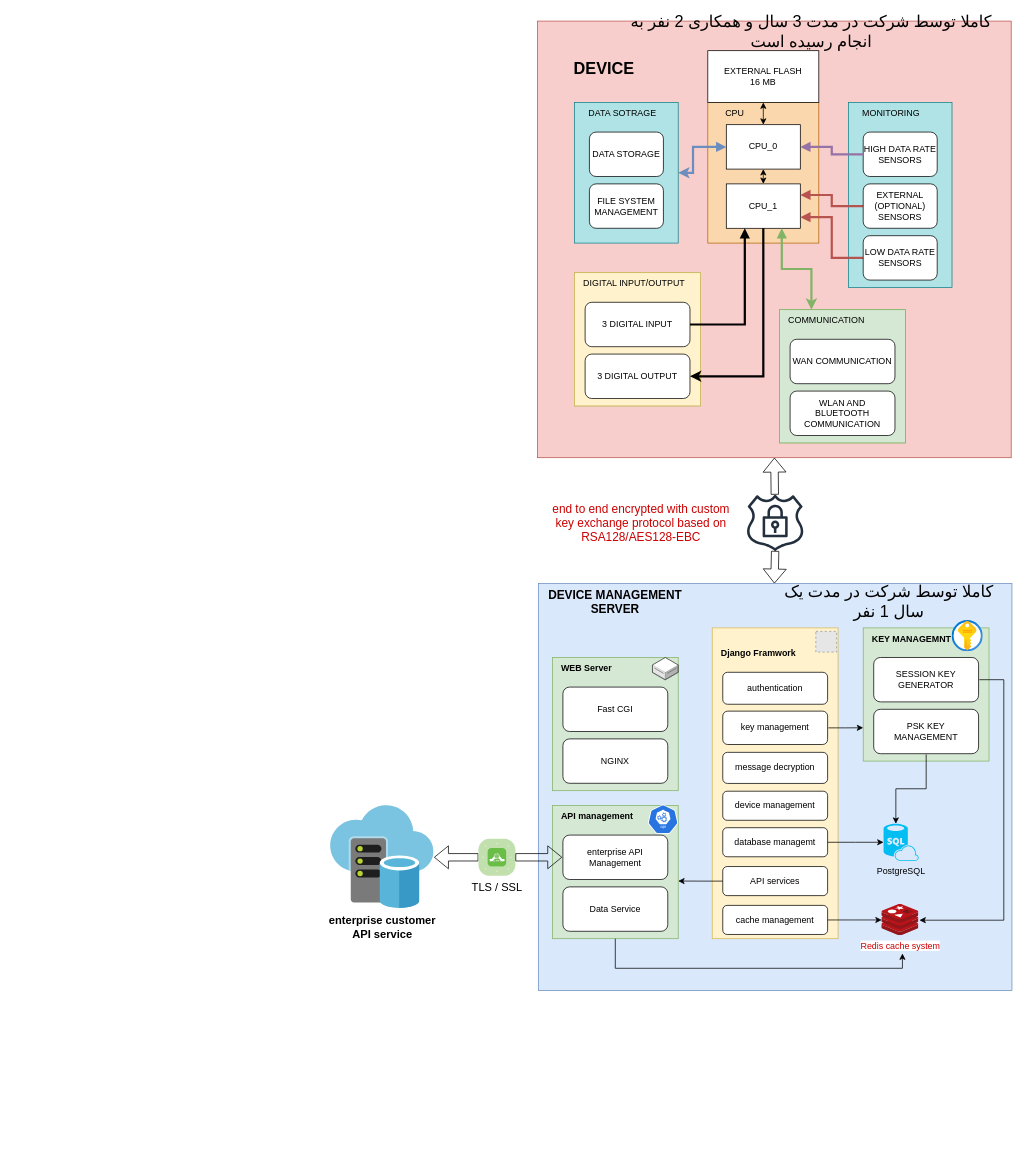
Before: Untitled Diagram.drawio in mehranMoslemi/mehranMoslemi, a draw.io diagram. Source tidied: cells renumbered, new cells numbered last; positions are measured from the earlier drawing's top-left corner, leaving out a move shared by most shapes. Both pictures are drawn from the tidied source at 74%, with x=0, y=0 at pixel (330, 21). Pictures stored in the file or linked from it are replaced by grey dashed boxes.
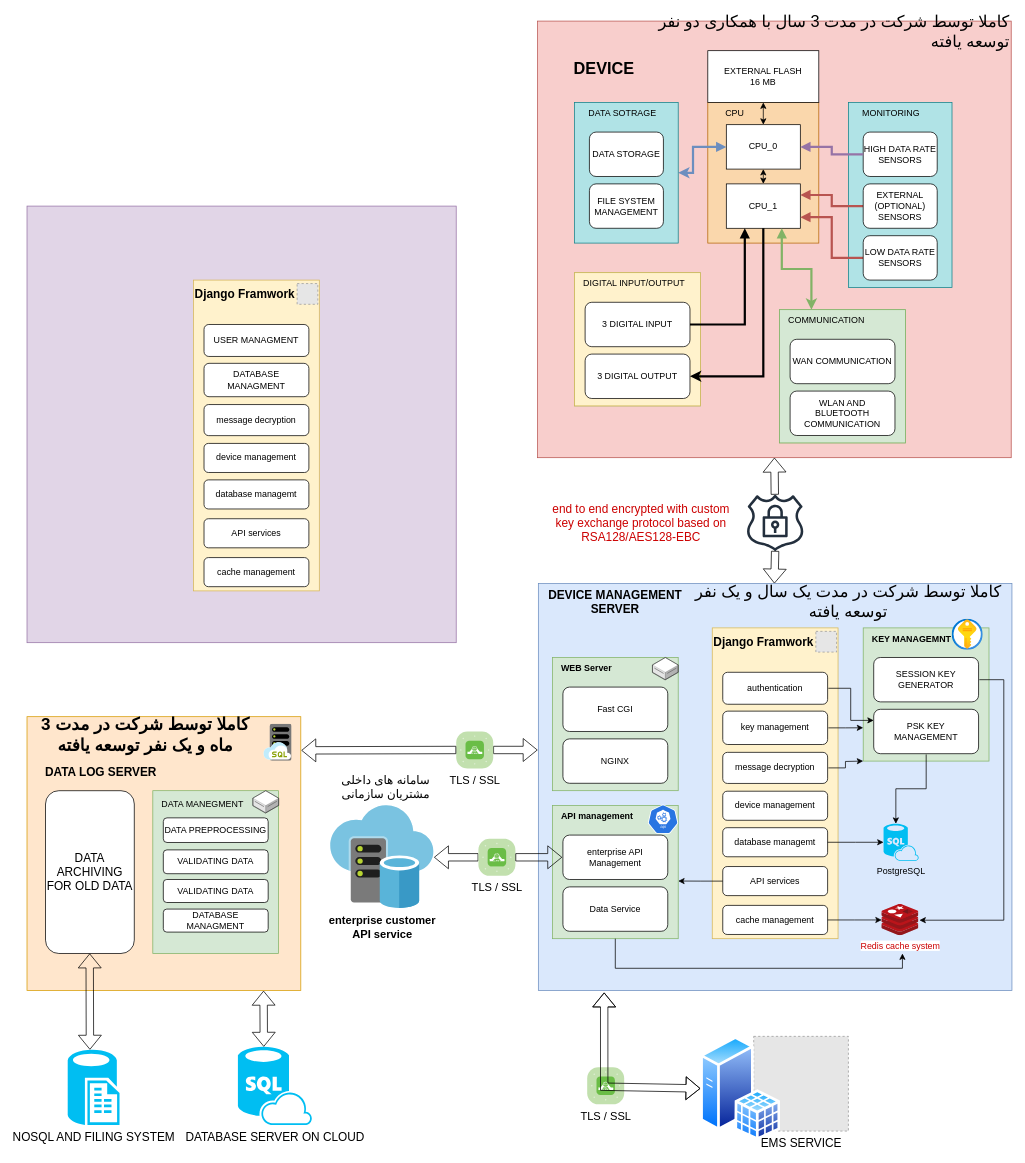
The same diagram, later.

The change refers to these unchanged cells:
```xml
<mxCell id="44" value="cache redis" style="rounded=0;whiteSpace=wrap;html=1;fillColor=#dae8fc;strokeColor=#6c8ebf;" parent="1" vertex="1">
  <mxGeometry x="281" y="760" width="640" height="550" as="geometry" />
</mxCell>
<mxCell id="50" style="group;fillColor=#fff2cc;strokeColor=#d6b656;" parent="1" vertex="1">
  <mxGeometry x="516" y="820" width="170" height="420" as="geometry" />
</mxCell>
<mxCell id="51" value="message decryption" style="rounded=1;whiteSpace=wrap;html=1;" parent="50" vertex="1">
  <mxGeometry x="14.2" y="168.2" width="141.7" height="42" as="geometry" />
</mxCell>
<mxCell id="52" value="authentication " style="rounded=1;whiteSpace=wrap;html=1;" parent="50" vertex="1">
  <mxGeometry x="14.2" y="60" width="141.7" height="43.2" as="geometry" />
</mxCell>
<mxCell id="74" style="group;fillColor=#d5e8d4;strokeColor=#82b366;" parent="1" vertex="1">
  <mxGeometry x="720" y="820" width="170" height="180" as="geometry" />
</mxCell>
<mxCell id="75" value="PSK KEY MANAGEMENT" style="rounded=1;whiteSpace=wrap;html=1;" parent="74" vertex="1">
  <mxGeometry x="14.2" y="110" width="141.7" height="60" as="geometry" />
</mxCell>
```

Diff of the diagram source:
```diff
@@
-    <mxCell id="39" value="کاملا توسط شرکت در مدت 3 سال و همکاری 2 نفر به انجام رسیده است " style="text;html=1;strokeColor=none;fillColor=none;align=center;verticalAlign=middle;whiteSpace=wrap;rounded=0;fontSize=22;" parent="1" vertex="1">
+    <mxCell id="39" value="&lt;div align=&quot;right&quot;&gt;کاملا توسط شرکت در مدت 3 سال با همکاری دو نفر توسعه یافته&lt;br&gt;&lt;/div&gt;" style="text;html=1;strokeColor=none;fillColor=none;align=right;verticalAlign=middle;whiteSpace=wrap;rounded=0;fontSize=22;" parent="1" vertex="1">
       <mxGeometry x="380" width="540" height="30" as="geometry" />
     </mxCell>
@@
-    <mxCell id="53" value="&lt;b&gt;Django Framwork&lt;/b&gt;" style="text;html=1;strokeColor=none;fillColor=none;align=left;verticalAlign=middle;whiteSpace=wrap;rounded=0;" parent="50" vertex="1">
-      <mxGeometry x="9.9" width="110.1" height="70" as="geometry" />
+    <mxCell id="53" value="&lt;font style=&quot;font-size: 16px;&quot;&gt;&lt;b&gt;Django Framwork&lt;/b&gt;&lt;/font&gt;" style="text;html=1;strokeColor=none;fillColor=none;align=left;verticalAlign=middle;whiteSpace=wrap;rounded=0;" parent="50" vertex="1">
+      <mxGeometry y="-16.3" width="150.1" height="70" as="geometry" />
     </mxCell>
@@
-    <mxCell id="77" value="&lt;b&gt;KEY MANAGEMNT&lt;/b&gt;" style="text;html=1;strokeColor=none;fillColor=none;align=left;verticalAlign=middle;whiteSpace=wrap;rounded=0;" parent="74" vertex="1">
-      <mxGeometry x="9.9" width="110.1" height="30" as="geometry" />
+    <mxCell id="77" value="&lt;font style=&quot;font-size: 12px;&quot;&gt;&lt;b&gt;KEY MANAGEMNT&lt;/b&gt;&lt;/font&gt;" style="text;html=1;strokeColor=none;fillColor=none;align=left;verticalAlign=middle;whiteSpace=wrap;rounded=0;" parent="74" vertex="1">
+      <mxGeometry x="10" width="120" height="30" as="geometry" />
     </mxCell>
-    <mxCell id="78" style="html=1;align=center;image;fontSize=12;image=img/lib/azure2/security/Key_Vaults.svg;labelBackgroundColor=none;fontColor=#000000;" parent="1" vertex="1">
-      <mxGeometry x="840" y="810" width="42" height="42" as="geometry" />
+    <mxCell id="78" style="html=1;align=center;image;fontSize=12;image=img/lib/azure2/security/Key_Vaults.svg;labelBackgroundColor=none;fontColor=#000000;" parent="74" vertex="1">
+      <mxGeometry x="120" y="-12" width="42" height="42" as="geometry" />
     </mxCell>
@@
-    <mxCell id="83" value="کاملا توسط شرکت در مدت یک سال 1 نفر" style="text;html=1;strokeColor=none;fillColor=none;align=center;verticalAlign=middle;whiteSpace=wrap;rounded=0;fontSize=22;" parent="1" vertex="1">
-      <mxGeometry x="590" y="770" width="330" height="30" as="geometry" />
+    <mxCell id="83" value="کاملا توسط شرکت در مدت یک سال و یک نفر توسعه یافته " style="text;html=1;strokeColor=none;fillColor=none;align=center;verticalAlign=middle;whiteSpace=wrap;rounded=0;fontSize=22;" parent="1" vertex="1">
+      <mxGeometry x="480" y="770" width="440" height="30" as="geometry" />
     </mxCell>
@@
+    <mxCell id="85" value="سامانه های داخلی مشتریان سازمانی" style="text;html=1;strokeColor=none;fillColor=none;align=center;verticalAlign=middle;whiteSpace=wrap;rounded=0;labelBackgroundColor=none;fontSize=16;fontColor=#000000;" parent="1" vertex="1">
+      <mxGeometry x="10" y="1020" width="130" height="30" as="geometry" />
+    </mxCell>
+    <mxCell id="86" style="edgeStyle=orthogonalEdgeStyle;rounded=0;jettySize=auto;html=1;entryX=0;entryY=0.25;entryDx=0;entryDy=0;strokeColor=default;fontSize=12;fontColor=#000000;startArrow=none;startFill=0;sourcePerimeterSpacing=1;targetPerimeterSpacing=1;" parent="1" edge="1" source="52" target="75">
+      <mxGeometry relative="1" as="geometry" />
+    </mxCell>
+    <mxCell id="87" style="edgeStyle=orthogonalEdgeStyle;rounded=0;jettySize=auto;html=1;strokeColor=default;fontSize=12;fontColor=#000000;startArrow=none;startFill=0;sourcePerimeterSpacing=1;targetPerimeterSpacing=1;" parent="1" edge="1" source="51">
+      <mxGeometry relative="1" as="geometry">
+        <mxPoint x="720" y="1000" as="targetPoint" />
+      </mxGeometry>
+    </mxCell>
+    <mxCell id="88" style="rounded=0;whiteSpace=wrap;html=1;fillColor=#e1d5e7;strokeColor=#9673a6;" parent="1" vertex="1">
+      <mxGeometry x="-410" y="250" width="580" height="590" as="geometry" />
+    </mxCell>
+    <mxCell id="89" style="group;fillColor=#fff2cc;strokeColor=#d6b656;" parent="1" vertex="1">
+      <mxGeometry x="-185" y="350" width="170" height="420" as="geometry" />
+    </mxCell>
+    <mxCell id="90" value="message decryption" style="rounded=1;whiteSpace=wrap;html=1;" parent="89" vertex="1">
+      <mxGeometry x="14.2" y="168.2" width="141.7" height="42" as="geometry" />
+    </mxCell>
+    <mxCell id="91" value="USER MANAGMENT" style="rounded=1;whiteSpace=wrap;html=1;" parent="89" vertex="1">
+      <mxGeometry x="14.2" y="60" width="141.7" height="43.2" as="geometry" />
+    </mxCell>
+    <mxCell id="92" value="&lt;font style=&quot;font-size: 16px;&quot;&gt;&lt;b&gt;Django Framwork&lt;/b&gt;&lt;/font&gt;" style="text;html=1;strokeColor=none;fillColor=none;align=left;verticalAlign=middle;whiteSpace=wrap;rounded=0;" parent="89" vertex="1">
+      <mxGeometry y="-16.3" width="150.1" height="70" as="geometry" />
+    </mxCell>
+    <mxCell id="93" style="fillColor=#E6E6E6;strokeColor=#999999;dashed=1;html=1;verticalAlign=top;verticalLabelPosition=bottom;labelBackgroundColor=#ffffff;fontSize=12;fontColor=#CC0000;" parent="89" vertex="1">
+      <mxGeometry x="140" y="4.7" width="28" height="28" as="geometry" />
+    </mxCell>
+    <mxCell id="94" value="DATABASE MANAGMENT" style="rounded=1;whiteSpace=wrap;html=1;" parent="89" vertex="1">
+      <mxGeometry x="14.2" y="112.5" width="141.7" height="45.1" as="geometry" />
+    </mxCell>
+    <mxCell id="95" value="device management" style="rounded=1;whiteSpace=wrap;html=1;" parent="89" vertex="1">
+      <mxGeometry x="14.2" y="220.7" width="141.7" height="39.3" as="geometry" />
+    </mxCell>
+    <mxCell id="96" value="database managemt" style="rounded=1;whiteSpace=wrap;html=1;" parent="89" vertex="1">
+      <mxGeometry x="14.2" y="270" width="141.7" height="39.3" as="geometry" />
+    </mxCell>
+    <mxCell id="97" value="API services" style="rounded=1;whiteSpace=wrap;html=1;" parent="89" vertex="1">
+      <mxGeometry x="14.2" y="322.5" width="141.7" height="39.3" as="geometry" />
+    </mxCell>
+    <mxCell id="98" value="cache management" style="rounded=1;whiteSpace=wrap;html=1;" parent="89" vertex="1">
+      <mxGeometry x="14.2" y="375" width="141.7" height="39.3" as="geometry" />
+    </mxCell>
+    <mxCell id="99" style="whiteSpace=wrap;html=1;labelBackgroundColor=none;fontSize=12;fillColor=#ffe6cc;strokeColor=#d79b00;" parent="1" vertex="1">
+      <mxGeometry x="-410" y="940" width="370" height="370" as="geometry" />
+    </mxCell>
+    <mxCell id="100" value="&lt;b&gt;&lt;font style=&quot;font-size: 16px;&quot;&gt;DATA LOG SERVER&lt;br&gt;&lt;/font&gt;&lt;/b&gt;" style="text;html=1;strokeColor=none;fillColor=none;align=center;verticalAlign=middle;whiteSpace=wrap;rounded=0;" parent="1" vertex="1">
+      <mxGeometry x="-410" y="1000" width="200" height="30" as="geometry" />
+    </mxCell>
+    <mxCell id="101" value="DATABASE SERVER ON CLOUD" style="verticalLabelPosition=bottom;html=1;verticalAlign=top;align=center;strokeColor=none;fillColor=#00BEF2;shape=mxgraph.azure.sql_database_sql_azure;labelBackgroundColor=none;fontSize=16;fontColor=#000000;" parent="1" vertex="1">
+      <mxGeometry x="-125" y="1386" width="100" height="105.7" as="geometry" />
+    </mxCell>
+    <mxCell id="102" style="shape=flexArrow;endArrow=classic;startArrow=none;html=1;rounded=0;strokeColor=default;fontSize=16;fontColor=#000000;targetPerimeterSpacing=1;exitX=1;exitY=0.5;exitDx=0;exitDy=0;exitPerimeter=0;" parent="1" edge="1" source="103">
+      <mxGeometry relative="1" as="geometry">
+        <mxPoint x="280" y="985" as="targetPoint" />
+      </mxGeometry>
+    </mxCell>
+    <mxCell id="103" value="TLS / SSL" style="verticalLabelPosition=bottom;sketch=0;html=1;fillColor=#6ABD46;strokeColor=#ffffff;verticalAlign=top;align=center;points=[[0.085,0.085,0],[0.915,0.085,0],[0.915,0.915,0],[0.085,0.915,0],[0.25,0,0],[0.5,0,0],[0.75,0,0],[1,0.25,0],[1,0.5,0],[1,0.75,0],[0.75,1,0],[0.5,1,0],[0.25,1,0],[0,0.75,0],[0,0.5,0],[0,0.25,0]];shape=mxgraph.cisco_safe.compositeIcon;bgIcon=mxgraph.cisco_safe.architecture.generic_appliance;resIcon=mxgraph.cisco_safe.architecture.tls_appliance;labelBackgroundColor=none;fontSize=15;fontColor=#000000;" parent="1" vertex="1">
+      <mxGeometry x="170" y="960" width="50" height="50" as="geometry" />
+    </mxCell>
+    <mxCell id="104" style="shape=flexArrow;endArrow=none;startArrow=classic;html=1;rounded=0;strokeColor=default;fontSize=16;fontColor=#000000;sourcePerimeterSpacing=1;exitX=1.002;exitY=0.123;exitDx=0;exitDy=0;exitPerimeter=0;entryX=0;entryY=0.5;entryDx=0;entryDy=0;entryPerimeter=0;" parent="1" edge="1" source="99" target="103">
+      <mxGeometry relative="1" as="geometry" />
+    </mxCell>
+    <mxCell id="105" style="shape=flexArrow;endArrow=classic;startArrow=classic;html=1;rounded=0;strokeColor=default;fontSize=16;fontColor=#000000;sourcePerimeterSpacing=1;targetPerimeterSpacing=1;entryX=0.864;entryY=1.001;entryDx=0;entryDy=0;entryPerimeter=0;exitX=0.35;exitY=0;exitDx=0;exitDy=0;exitPerimeter=0;" parent="1" edge="1" source="101" target="99">
+      <mxGeometry relative="1" as="geometry" />
+    </mxCell>
+    <mxCell id="106" style="sketch=0;html=1;align=center;image;fontSize=12;image=img/lib/mscae/SQL_Managed_Instances.svg;labelBackgroundColor=none;fontColor=#000000;" parent="1" vertex="1">
+      <mxGeometry x="-90" y="950" width="38" height="50" as="geometry" />
+    </mxCell>
+    <mxCell id="107" style="group;fillColor=#d5e8d4;strokeColor=#82b366;" parent="1" vertex="1">
+      <mxGeometry x="-240" y="1040" width="170" height="220" as="geometry" />
+    </mxCell>
+    <mxCell id="108" value="VALIDATING DATA" style="rounded=1;whiteSpace=wrap;html=1;" parent="107" vertex="1">
+      <mxGeometry x="14.2" y="80" width="141.7" height="32.2" as="geometry" />
+    </mxCell>
+    <mxCell id="109" value="DATA PREPROCESSING" style="rounded=1;whiteSpace=wrap;html=1;" parent="107" vertex="1">
+      <mxGeometry x="14.2" y="36.7" width="141.7" height="33.3" as="geometry" />
+    </mxCell>
+    <mxCell id="110" value="DATA MANEGMENT" style="text;html=1;strokeColor=none;fillColor=none;align=left;verticalAlign=middle;whiteSpace=wrap;rounded=0;" parent="107" vertex="1">
+      <mxGeometry x="9.9" width="120.1" height="36.7" as="geometry" />
+    </mxCell>
+    <mxCell id="111" style="verticalLabelPosition=bottom;html=1;verticalAlign=top;strokeWidth=1;align=center;dashed=0;shape=mxgraph.aws3d.dataServer;strokeColor=#5E5E5E;fontSize=12;fontColor=#CC0000;" parent="107" vertex="1">
+      <mxGeometry x="135.2" width="34.8" height="30" as="geometry" />
+    </mxCell>
+    <mxCell id="112" value="VALIDATING DATA" style="rounded=1;whiteSpace=wrap;html=1;" parent="107" vertex="1">
+      <mxGeometry x="14.2" y="120" width="141.7" height="31.1" as="geometry" />
+    </mxCell>
+    <mxCell id="113" value="DATABASE MANAGMENT" style="rounded=1;whiteSpace=wrap;html=1;" parent="107" vertex="1">
+      <mxGeometry x="14.2" y="160" width="141.7" height="31.1" as="geometry" />
+    </mxCell>
+    <mxCell id="114" value="EMS SERVICE" style="fillColor=#E6E6E6;strokeColor=#999999;dashed=1;html=1;verticalAlign=top;verticalLabelPosition=bottom;labelBackgroundColor=#ffffff;fontSize=16;fontColor=#000000;" parent="1" vertex="1">
+      <mxGeometry x="572" y="1372" width="128" height="128" as="geometry" />
+    </mxCell>
+    <mxCell id="115" style="perimeter=ellipsePerimeter;html=1;align=center;shadow=0;dashed=0;spacingTop=3;image;image=img/lib/active_directory/sql_server.svg;labelBackgroundColor=none;fontSize=16;fontColor=#000000;" parent="1" vertex="1">
+      <mxGeometry x="500" y="1372" width="108.5" height="140.9" as="geometry" />
+    </mxCell>
+    <mxCell id="116" value="TLS / SSL" style="verticalLabelPosition=bottom;sketch=0;html=1;fillColor=#6ABD46;strokeColor=#ffffff;verticalAlign=top;align=center;shape=mxgraph.cisco_safe.compositeIcon;bgIcon=mxgraph.cisco_safe.architecture.generic_appliance;resIcon=mxgraph.cisco_safe.architecture.tls_appliance;labelBackgroundColor=none;fontSize=15;fontColor=#000000;" parent="1" vertex="1">
+      <mxGeometry x="347" y="1413.8" width="50" height="50" as="geometry" />
+    </mxCell>
+    <mxCell id="117" style="shape=flexArrow;endArrow=classic;startArrow=classic;html=1;rounded=0;strokeColor=default;fontSize=16;fontColor=#000000;sourcePerimeterSpacing=1;targetPerimeterSpacing=1;entryX=0.139;entryY=1.005;entryDx=0;entryDy=0;entryPerimeter=0;exitX=0;exitY=0.5;exitDx=0;exitDy=0;" parent="1" edge="1" source="115" target="44">
+      <mxGeometry relative="1" as="geometry">
+        <Array as="points">
+          <mxPoint x="370" y="1440" />
+        </Array>
+      </mxGeometry>
+    </mxCell>
+    <mxCell id="118" value="DATA ARCHIVING FOR OLD DATA " style="rounded=1;whiteSpace=wrap;html=1;labelBackgroundColor=none;fontSize=16;fontColor=#000000;" parent="1" vertex="1">
+      <mxGeometry x="-385" y="1040" width="120" height="220" as="geometry" />
+    </mxCell>
+    <mxCell id="119" value="NOSQL AND FILING SYSTEM" style="verticalLabelPosition=bottom;html=1;verticalAlign=top;align=center;strokeColor=none;fillColor=#00BEF2;shape=mxgraph.azure.sql_reporting;labelBackgroundColor=none;fontSize=16;fontColor=#000000;" parent="1" vertex="1">
+      <mxGeometry x="-355" y="1390" width="70" height="101.7" as="geometry" />
+    </mxCell>
+    <mxCell id="120" style="shape=flexArrow;endArrow=classic;startArrow=classic;html=1;rounded=0;strokeColor=default;fontSize=16;fontColor=#000000;sourcePerimeterSpacing=1;targetPerimeterSpacing=1;entryX=0.864;entryY=1.001;entryDx=0;entryDy=0;entryPerimeter=0;exitX=0.429;exitY=0;exitDx=0;exitDy=0;exitPerimeter=0;" parent="1" edge="1" source="119">
+      <mxGeometry relative="1" as="geometry">
+        <mxPoint x="-325.3" y="1260" as="targetPoint" />
+      </mxGeometry>
+    </mxCell>
+    <mxCell id="121" value="&lt;font style=&quot;font-size: 23px;&quot;&gt;&lt;b&gt;کاملا توسط شرکت در مدت 3 ماه و یک نفر توسعه یافته &lt;/b&gt;&lt;/font&gt;" style="text;html=1;strokeColor=none;fillColor=none;align=center;verticalAlign=middle;whiteSpace=wrap;rounded=0;fontSize=22;" parent="1" vertex="1">
+      <mxGeometry x="-400" y="950" width="300" height="30" as="geometry" />
+    </mxCell>
```
